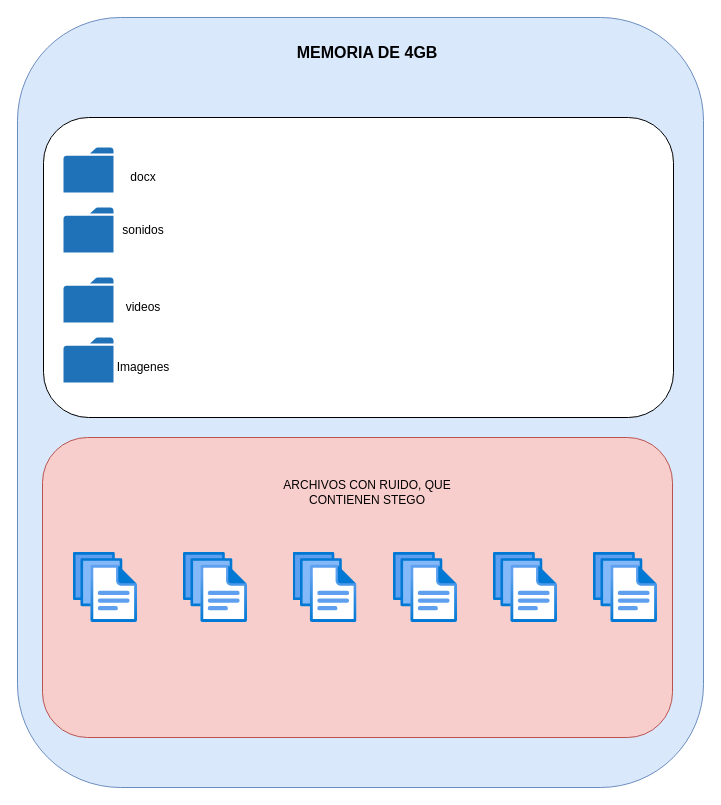
Before: page "pendriver" (2 of 2) of data/diagrama.drawio in isaacantepara/StegoBatchTools, a draw.io diagram. Source tidied: cells renumbered, new cells numbered last; positions are measured from the earlier drawing's top-left corner, leaving out a move shared by most shapes. Both pictures are drawn from the tidied source at 100%, with x=0, y=0 at pixel (17, 17).
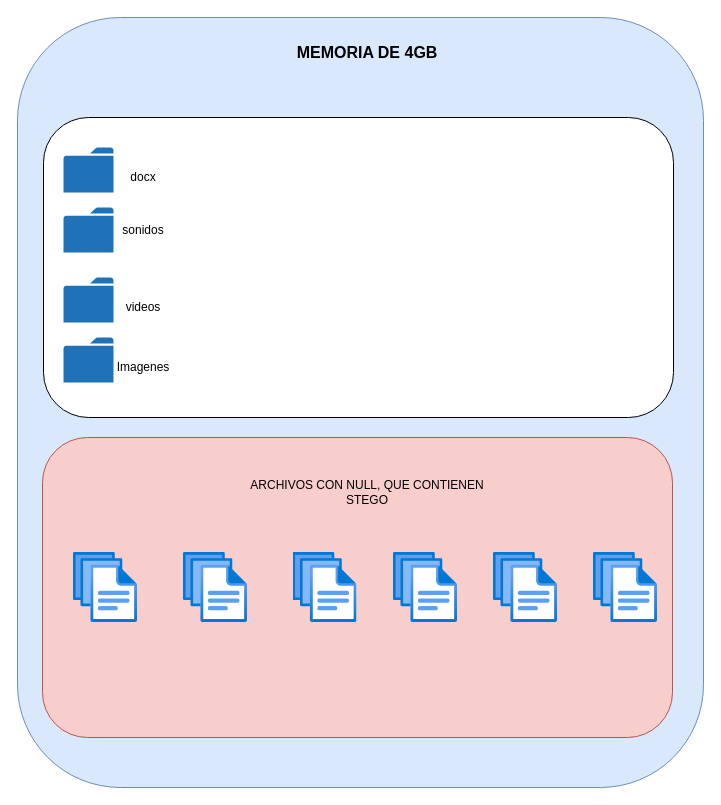
Above is the later version.

What changed in the source:
```diff
@@
-    <mxCell id="11" value="ARCHIVOS CON RUIDO, QUE CONTIENEN STEGO" style="text;html=1;align=center;verticalAlign=middle;whiteSpace=wrap;rounded=0;" parent="1" vertex="1">
+    <mxCell id="11" value="ARCHIVOS CON NULL, QUE CONTIENEN STEGO" style="text;html=1;align=center;verticalAlign=middle;whiteSpace=wrap;rounded=0;" parent="1" vertex="1">
       <mxGeometry x="230" y="440" width="240" height="70" as="geometry" />
     </mxCell>
```
